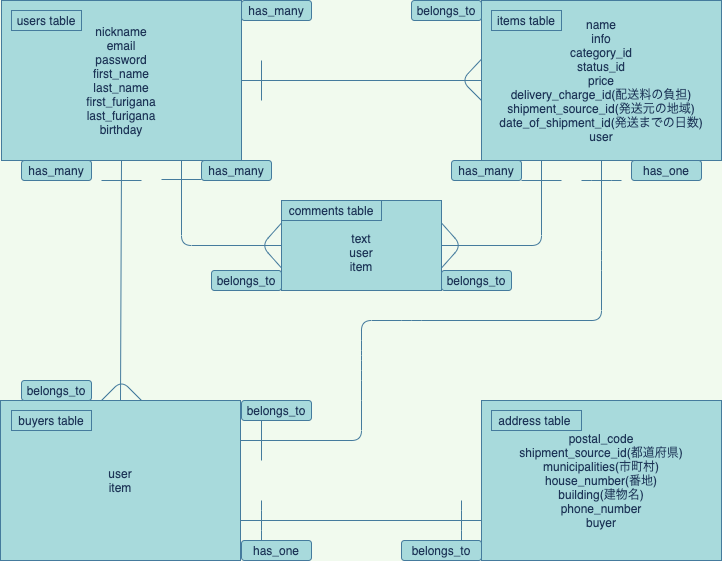
Above: furima_ER.drawio.png in Catastor/furima-30441 (draw.io), before the change. Source tidied: cells renumbered, new cells last; positions are measured from the earlier drawing's top-left corner, leaving out a move shared by most shapes.
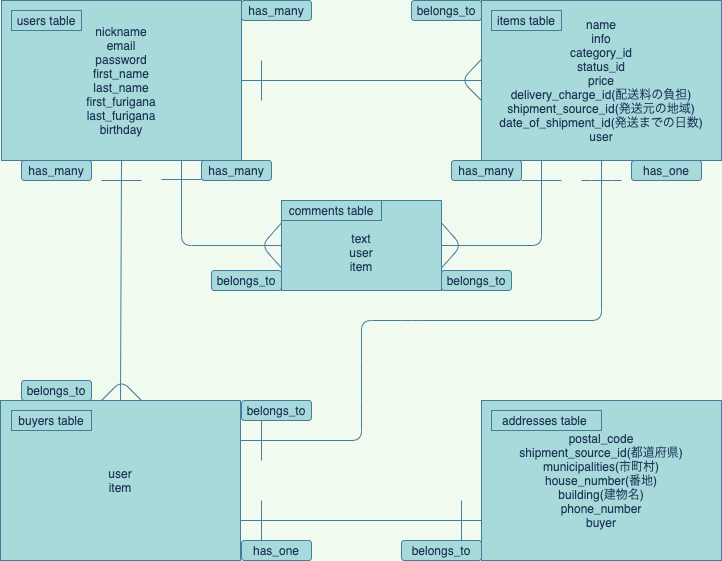
The same diagram one commit later.

The edit, as a diff of the source:
```diff
@@ -185,8 +185,8 @@
     <mxCell id="39" value="buyers table" style="rounded=0;whiteSpace=wrap;html=1;fillColor=#A8DADC;strokeColor=#457B9D;fontColor=#1D3557;" parent="1" vertex="1">
       <mxGeometry x="11" y="410" width="80" height="20" as="geometry" />
     </mxCell>
-    <mxCell id="40" value="address table&amp;nbsp;" style="rounded=0;whiteSpace=wrap;html=1;fillColor=#A8DADC;strokeColor=#457B9D;fontColor=#1D3557;" parent="1" vertex="1">
-      <mxGeometry x="491" y="410" width="90" height="20" as="geometry" />
+    <mxCell id="40" value="addresses table&amp;nbsp;" style="rounded=0;whiteSpace=wrap;html=1;fillColor=#A8DADC;strokeColor=#457B9D;fontColor=#1D3557;" parent="1" vertex="1">
+      <mxGeometry x="491" y="410" width="110" height="20" as="geometry" />
     </mxCell>
     <mxCell id="41" value="comments table" style="rounded=0;whiteSpace=wrap;html=1;fillColor=#A8DADC;strokeColor=#457B9D;fontColor=#1D3557;" parent="1" vertex="1">
       <mxGeometry x="281" y="200" width="100" height="20" as="geometry" />
```
